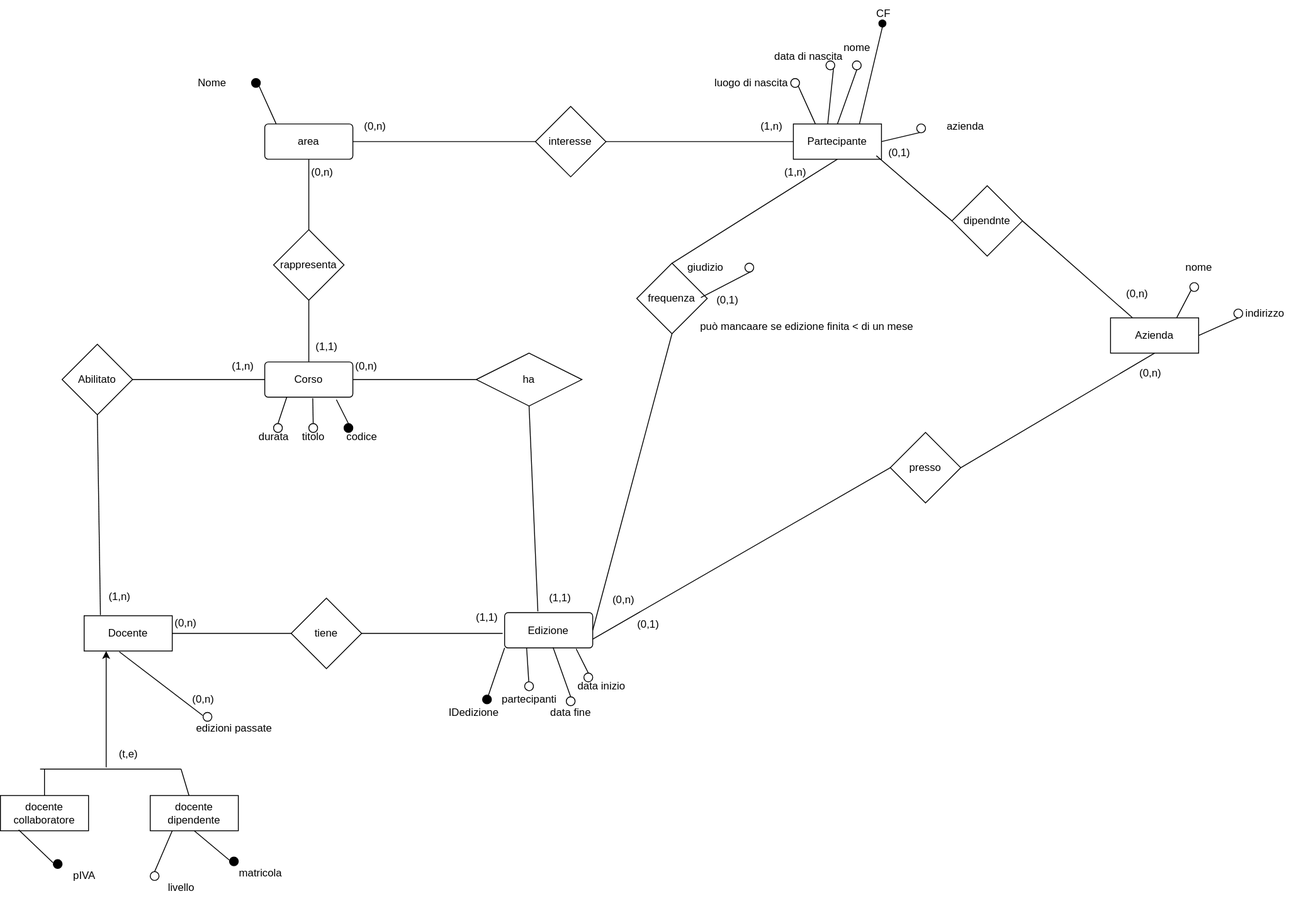
Earlier version of the draw.io export er/es1/Corso_edizione.drawio.svg (Gabriele-traversa/basati_datati_storati). Source tidied: cells renumbered, new cells last; positions are measured from the earlier drawing's top-left corner, leaving out a move shared by most shapes.
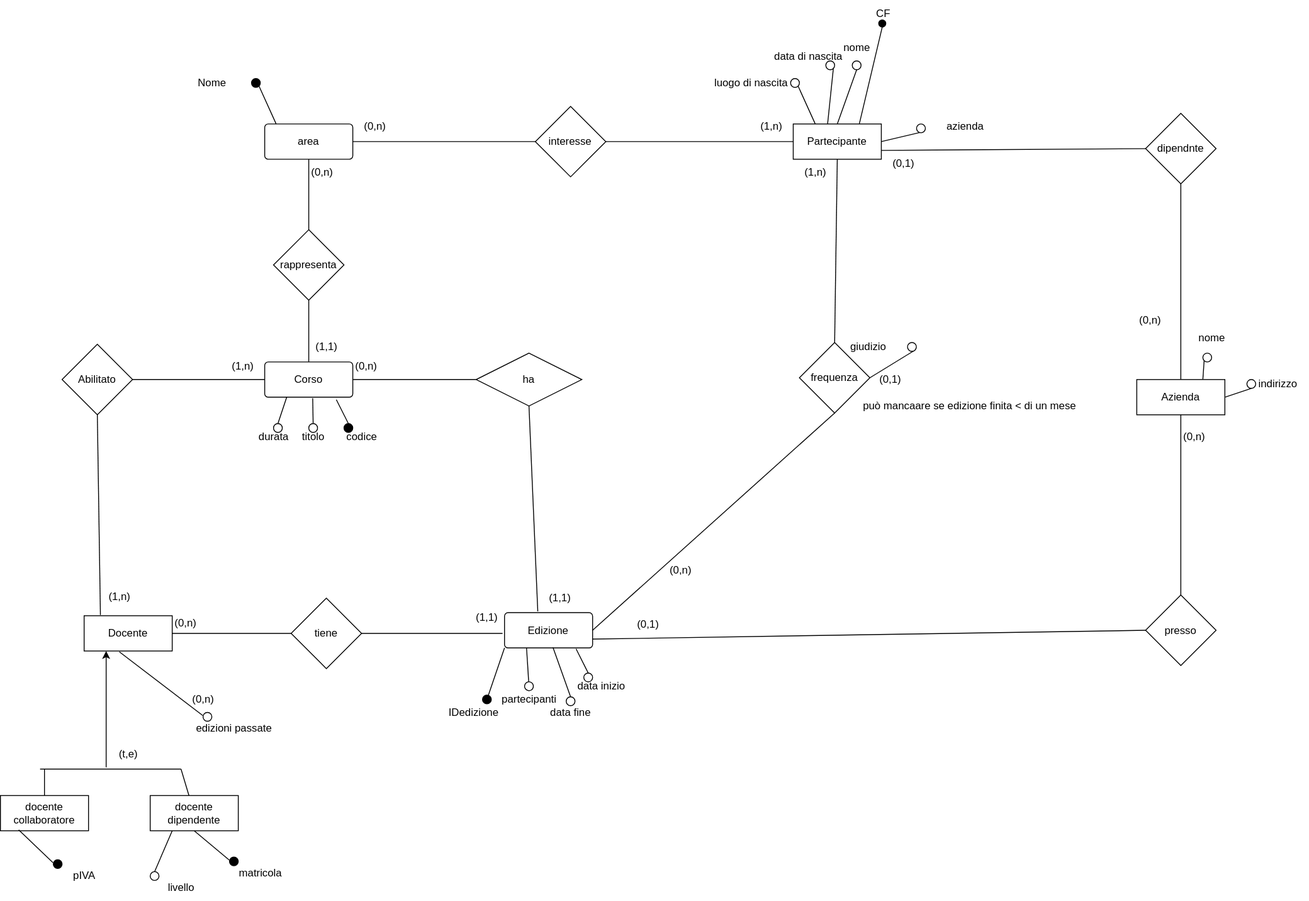
Above is the later version.

The edit, as a diff of the source:
```diff
@@ -250,7 +250,7 @@
     <mxCell id="76" style="edgeStyle=none;html=1;exitX=0.5;exitY=1;exitDx=0;exitDy=0;entryX=0.5;entryY=0;entryDx=0;entryDy=0;endArrow=none;endFill=0;" parent="1" edge="1" source="78" target="95">
       <mxGeometry relative="1" as="geometry" />
     </mxCell>
-    <mxCell id="77" style="edgeStyle=none;html=1;entryX=0.25;entryY=0;entryDx=0;entryDy=0;endArrow=none;endFill=0;exitX=1;exitY=0.5;exitDx=0;exitDy=0;" parent="1" edge="1" source="115" target="107">
+    <mxCell id="77" style="edgeStyle=none;html=1;endArrow=none;endFill=0;exitX=0.5;exitY=1;exitDx=0;exitDy=0;entryX=0.5;entryY=0;entryDx=0;entryDy=0;" parent="1" edge="1" source="115" target="107">
       <mxGeometry relative="1" as="geometry" />
     </mxCell>
     <mxCell id="78" value="Partecipante" style="whiteSpace=wrap;html=1;align=center;" parent="1" vertex="1">
@@ -307,33 +307,31 @@
       <mxGeometry x="1060" y="128" width="70" height="30" as="geometry" />
     </mxCell>
     <mxCell id="95" value="frequenza" style="rhombus;whiteSpace=wrap;html=1;" parent="1" vertex="1">
-      <mxGeometry x="722.2" y="298" width="80" height="80" as="geometry" />
+      <mxGeometry x="907" y="388" width="80" height="80" as="geometry" />
     </mxCell>
     <mxCell id="96" style="edgeStyle=none;html=1;exitX=1;exitY=0.5;exitDx=0;exitDy=0;entryX=0.5;entryY=1;entryDx=0;entryDy=0;endArrow=none;endFill=0;" parent="1" edge="1" source="19" target="95">
       <mxGeometry relative="1" as="geometry" />
     </mxCell>
-    <mxCell id="97" style="edgeStyle=none;html=1;exitX=1;exitY=1;exitDx=0;exitDy=0;endArrow=none;endFill=0;" parent="1" edge="1" source="98">
-      <mxGeometry relative="1" as="geometry">
-        <mxPoint x="795" y="337.1" as="targetPoint" />
-      </mxGeometry>
+    <mxCell id="97" style="edgeStyle=none;html=1;exitX=1;exitY=1;exitDx=0;exitDy=0;endArrow=none;endFill=0;entryX=1;entryY=0.5;entryDx=0;entryDy=0;" parent="1" edge="1" source="98" target="95">
+      <mxGeometry relative="1" as="geometry" />
     </mxCell>
     <mxCell id="98" style="ellipse;whiteSpace=wrap;html=1;" parent="1" vertex="1">
-      <mxGeometry x="845" y="298" width="10" height="10" as="geometry" />
+      <mxGeometry x="1029.8" y="388" width="10" height="10" as="geometry" />
     </mxCell>
     <mxCell id="99" value="giudizio" style="text;html=1;align=center;verticalAlign=middle;strokeColor=none;fillColor=none;" parent="1" vertex="1">
-      <mxGeometry x="770" y="288" width="60" height="30" as="geometry" />
+      <mxGeometry x="954.8" y="378" width="60" height="30" as="geometry" />
     </mxCell>
     <mxCell id="100" value="(0,1)" style="text;html=1;align=center;verticalAlign=middle;strokeColor=none;fillColor=none;" parent="1" vertex="1">
-      <mxGeometry x="800" y="325.1" width="50" height="30" as="geometry" />
+      <mxGeometry x="984.8" y="415.1" width="50" height="30" as="geometry" />
     </mxCell>
     <mxCell id="101" value="può mancaare se edizione finita &amp;lt; di un mese" style="text;html=1;align=center;verticalAlign=middle;strokeColor=none;fillColor=none;" parent="1" vertex="1">
-      <mxGeometry x="780" y="355.1" width="270" height="30" as="geometry" />
+      <mxGeometry x="964.8" y="445.1" width="270" height="30" as="geometry" />
     </mxCell>
     <mxCell id="102" value="(1,n)" style="text;html=1;align=center;verticalAlign=middle;strokeColor=none;fillColor=none;" parent="1" vertex="1">
-      <mxGeometry x="877" y="180" width="50" height="30" as="geometry" />
+      <mxGeometry x="900" y="180" width="50" height="30" as="geometry" />
     </mxCell>
     <mxCell id="103" value="(0,n)" style="text;html=1;align=center;verticalAlign=middle;strokeColor=none;fillColor=none;" parent="1" vertex="1">
-      <mxGeometry x="682.2" y="664.5" width="50" height="30" as="geometry" />
+      <mxGeometry x="747" y="631.5" width="50" height="30" as="geometry" />
     </mxCell>
     <mxCell id="104" style="edgeStyle=none;html=1;exitX=0.75;exitY=0;exitDx=0;exitDy=0;entryX=0;entryY=1;entryDx=0;entryDy=0;endArrow=none;endFill=0;" parent="1" edge="1" source="107" target="109">
       <mxGeometry relative="1" as="geometry" />
@@ -341,45 +339,42 @@
     <mxCell id="105" style="edgeStyle=none;html=1;exitX=1;exitY=0.5;exitDx=0;exitDy=0;entryX=0.5;entryY=1;entryDx=0;entryDy=0;endArrow=none;endFill=0;" parent="1" edge="1" source="107" target="108">
       <mxGeometry relative="1" as="geometry" />
     </mxCell>
-    <mxCell id="106" style="edgeStyle=none;html=1;exitX=0.5;exitY=1;exitDx=0;exitDy=0;entryX=1;entryY=0.5;entryDx=0;entryDy=0;endArrow=none;endFill=0;" parent="1" edge="1" source="107" target="110">
+    <mxCell id="106" style="edgeStyle=none;html=1;exitX=0.5;exitY=1;exitDx=0;exitDy=0;entryX=0.5;entryY=0;entryDx=0;entryDy=0;endArrow=none;endFill=0;" parent="1" edge="1" source="107" target="110">
       <mxGeometry relative="1" as="geometry" />
     </mxCell>
     <mxCell id="107" value="Azienda" style="whiteSpace=wrap;html=1;align=center;" parent="1" vertex="1">
-      <mxGeometry x="1260" y="360" width="100" height="40" as="geometry" />
+      <mxGeometry x="1290" y="430" width="100" height="40" as="geometry" />
     </mxCell>
     <mxCell id="108" style="ellipse;whiteSpace=wrap;html=1;" parent="1" vertex="1">
-      <mxGeometry x="1400" y="350" width="10" height="10" as="geometry" />
+      <mxGeometry x="1415" y="430" width="10" height="10" as="geometry" />
     </mxCell>
     <mxCell id="109" style="ellipse;whiteSpace=wrap;html=1;" parent="1" vertex="1">
-      <mxGeometry x="1350" y="320" width="10" height="10" as="geometry" />
+      <mxGeometry x="1365" y="400" width="10" height="10" as="geometry" />
     </mxCell>
     <mxCell id="110" value="presso" style="rhombus;whiteSpace=wrap;html=1;" parent="1" vertex="1">
-      <mxGeometry x="1010" y="490" width="80" height="80" as="geometry" />
+      <mxGeometry x="1300" y="674.5" width="80" height="80" as="geometry" />
     </mxCell>
     <mxCell id="111" value="nome" style="text;html=1;align=center;verticalAlign=middle;strokeColor=none;fillColor=none;" parent="1" vertex="1">
-      <mxGeometry x="1335" y="288" width="50" height="30" as="geometry" />
+      <mxGeometry x="1350" y="368" width="50" height="30" as="geometry" />
     </mxCell>
     <mxCell id="112" value="indirizzo" style="text;html=1;align=center;verticalAlign=middle;strokeColor=none;fillColor=none;" parent="1" vertex="1">
-      <mxGeometry x="1400" y="340" width="70" height="30" as="geometry" />
+      <mxGeometry x="1415" y="420" width="70" height="30" as="geometry" />
     </mxCell>
     <mxCell id="113" value="(0,1)" style="text;html=1;align=center;verticalAlign=middle;strokeColor=none;fillColor=none;" parent="1" vertex="1">
-      <mxGeometry x="995" y="158" width="50" height="30" as="geometry" />
+      <mxGeometry x="1000" y="170" width="50" height="30" as="geometry" />
     </mxCell>
     <mxCell id="114" value="(0,n)" style="text;html=1;align=center;verticalAlign=middle;strokeColor=none;fillColor=none;" parent="1" vertex="1">
-      <mxGeometry x="1265" y="318" width="50" height="30" as="geometry" />
+      <mxGeometry x="1280" y="348" width="50" height="30" as="geometry" />
     </mxCell>
     <mxCell id="115" value="dipendnte" style="rhombus;whiteSpace=wrap;html=1;" parent="1" vertex="1">
-      <mxGeometry x="1080" y="210" width="80" height="80" as="geometry" />
+      <mxGeometry x="1300" y="128" width="80" height="80" as="geometry" />
     </mxCell>
-    <mxCell id="116" style="edgeStyle=none;html=1;exitX=0;exitY=0.5;exitDx=0;exitDy=0;entryX=0.942;entryY=0.901;entryDx=0;entryDy=0;entryPerimeter=0;endArrow=none;endFill=0;" parent="1" edge="1" source="115" target="78">
+    <mxCell id="116" style="edgeStyle=none;html=1;exitX=0;exitY=0.5;exitDx=0;exitDy=0;entryX=1;entryY=0.75;entryDx=0;entryDy=0;endArrow=none;endFill=0;" parent="1" edge="1" source="115" target="78">
       <mxGeometry relative="1" as="geometry" />
     </mxCell>
     <mxCell id="117" value="(0,1)" style="text;html=1;align=center;verticalAlign=middle;strokeColor=none;fillColor=none;" parent="1" vertex="1">
       <mxGeometry x="710" y="693" width="50" height="30" as="geometry" />
     </mxCell>
-    <mxCell id="118" value="(0,n)" style="text;html=1;align=center;verticalAlign=middle;strokeColor=none;fillColor=none;" parent="1" vertex="1">
-      <mxGeometry x="1280" y="408" width="50" height="30" as="geometry" />
-    </mxCell>
     <mxCell id="119" style="edgeStyle=none;html=1;entryX=0;entryY=1;entryDx=0;entryDy=0;endArrow=none;endFill=0;" parent="1" edge="1" target="120">
       <mxGeometry relative="1" as="geometry">
         <mxPoint x="550" y="790" as="sourcePoint" />
@@ -396,5 +391,8 @@
     <mxCell id="122" style="ellipse;whiteSpace=wrap;html=1;fillColor=#FFFFFF;rotation=-75;" parent="1" vertex="1">
       <mxGeometry x="595" y="773" width="10" height="10" as="geometry" />
     </mxCell>
+    <mxCell id="118" value="(0,n)" style="text;html=1;align=center;verticalAlign=middle;strokeColor=none;fillColor=none;" parent="1" vertex="1">
+      <mxGeometry x="1330" y="480" width="50" height="30" as="geometry" />
+    </mxCell>
   </root>
 </mxGraphModel>
```
